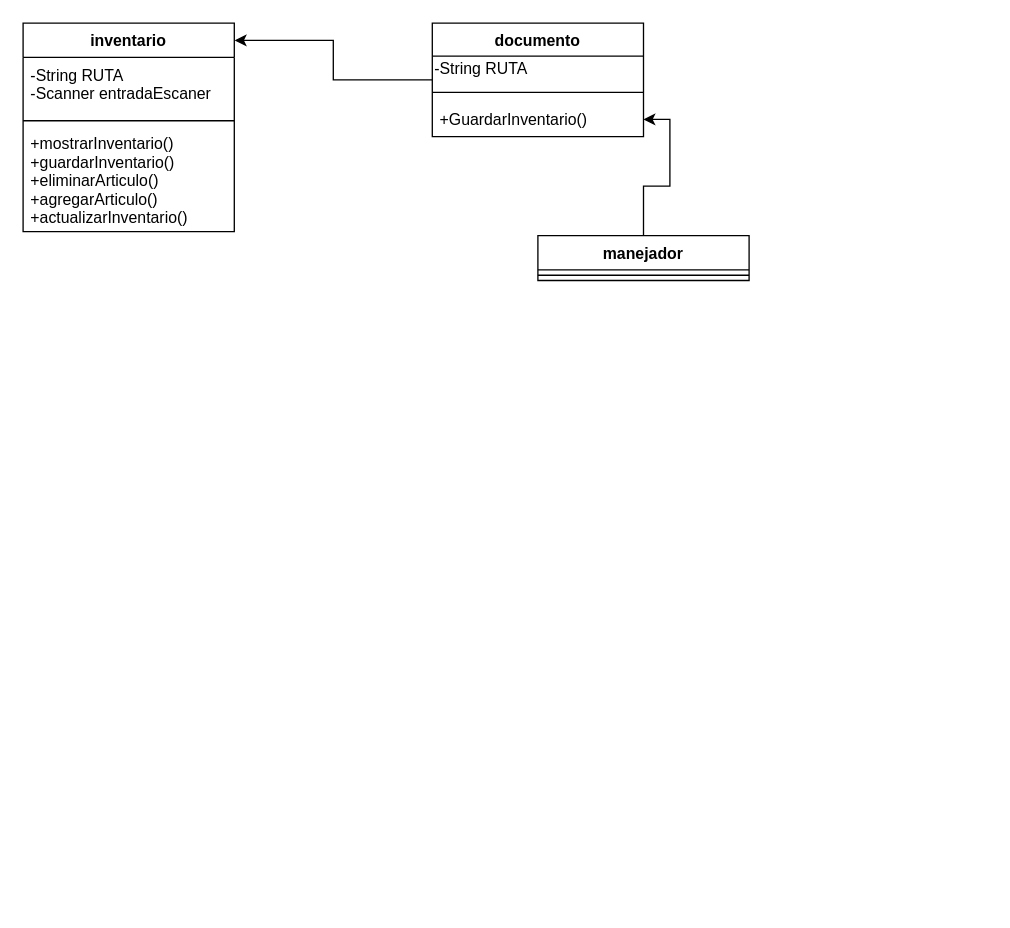
Earlier version of the draw.io diagram Untitled Diagram.drawio (Markitoh/Inventario). Source tidied: cells renumbered, new cells numbered last; positions are measured from the earlier drawing's top-left corner, leaving out a move shared by most shapes. Both pictures are drawn from the tidied source at 132%, with x=0, y=0 at pixel (22, 22).
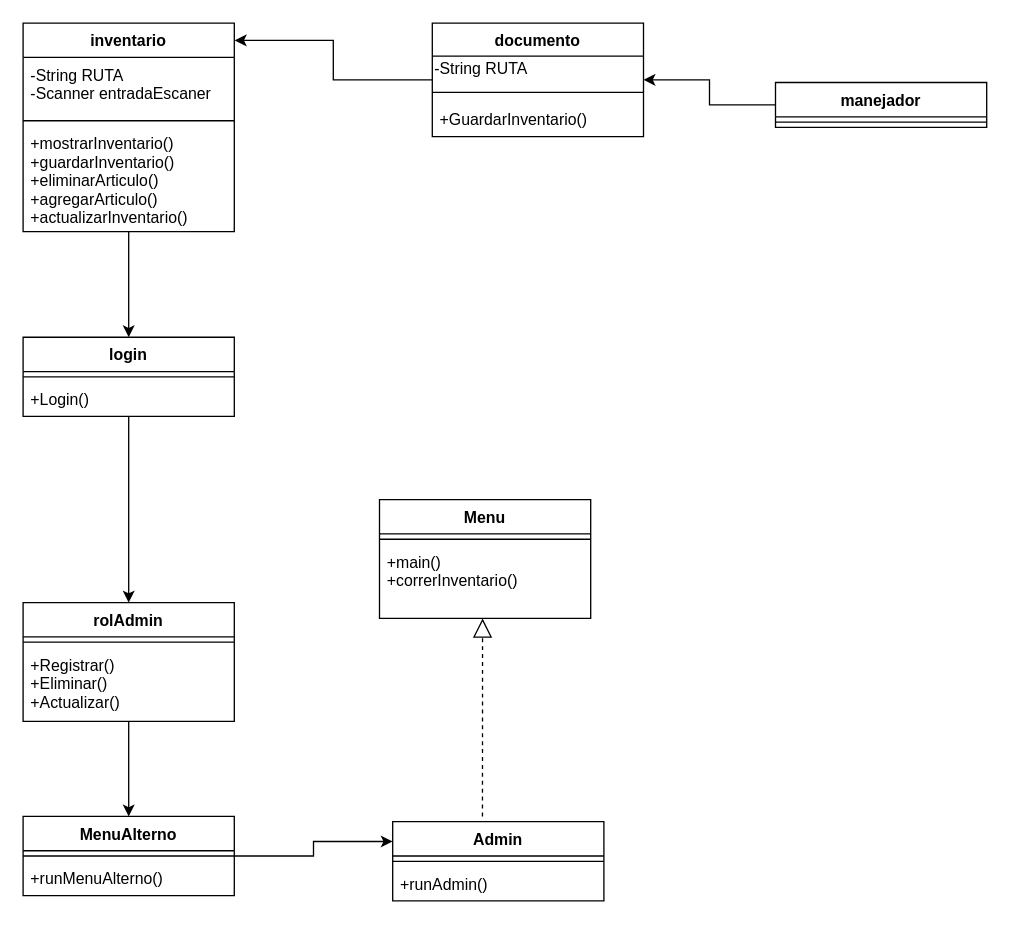
After the change.

Unchanged cells that the change refers to:
```xml
<mxCell id="2" value="inventario" style="swimlane;fontStyle=1;align=center;verticalAlign=top;horizontal=1;startSize=26;" parent="1" vertex="1">
  <mxGeometry width="160" height="158" as="geometry" />
</mxCell>
<mxCell id="7" value="documento" style="swimlane;fontStyle=1;align=center;verticalAlign=top;horizontal=1;startSize=25;" parent="1" vertex="1">
  <mxGeometry x="310" width="160" height="86" as="geometry" />
</mxCell>
<mxCell id="10" value="+GuardarInventario()" style="text;strokeColor=none;fillColor=none;align=left;verticalAlign=top;spacingLeft=4;spacingRight=4;overflow=hidden;points=[[0,0.5],[1,0.5]];portConstraint=eastwest;" parent="7" vertex="1">
  <mxGeometry y="60" width="160" height="26" as="geometry" />
</mxCell>
```

Diff of the diagram source:
```diff
@@
+    <mxCell id="14" style="edgeStyle=orthogonalEdgeStyle;rounded=0;jettySize=auto;html=1;entryX=0.5;entryY=0;entryDx=0;entryDy=0;" parent="1" edge="1" source="2" target="17">
+      <mxGeometry relative="1" as="geometry" />
+    </mxCell>
@@
-    <mxCell id="11" style="edgeStyle=orthogonalEdgeStyle;rounded=0;jettySize=auto;html=1;" parent="1" edge="1" source="12" target="10">
-      <mxGeometry relative="1" as="geometry" />
-    </mxCell>
+    <mxCell id="15" style="edgeStyle=orthogonalEdgeStyle;rounded=0;jettySize=auto;html=1;" parent="1" edge="1" source="12" target="7">
+      <mxGeometry relative="1" as="geometry" />
+    </mxCell>
     <mxCell id="12" value="manejador" style="swimlane;fontStyle=1;align=center;verticalAlign=top;horizontal=1;startSize=26;" parent="1" vertex="1">
-      <mxGeometry x="390" y="161" width="160" height="34" as="geometry" />
+      <mxGeometry x="570" y="45" width="160" height="34" as="geometry" />
     </mxCell>
@@
+    <mxCell id="16" style="edgeStyle=orthogonalEdgeStyle;rounded=0;jettySize=auto;html=1;entryX=0.5;entryY=0;entryDx=0;entryDy=0;" parent="1" edge="1" source="17" target="21">
+      <mxGeometry relative="1" as="geometry" />
+    </mxCell>
+    <mxCell id="17" value="login" style="swimlane;fontStyle=1;align=center;verticalAlign=top;horizontal=1;startSize=26;" parent="1" vertex="1">
+      <mxGeometry y="238" width="160" height="60" as="geometry" />
+    </mxCell>
+    <mxCell id="18" style="line;strokeWidth=1;fillColor=none;align=left;verticalAlign=middle;spacingTop=-1;spacingLeft=3;spacingRight=3;labelPosition=right;" parent="17" vertex="1">
+      <mxGeometry y="26" width="160" height="8" as="geometry" />
+    </mxCell>
+    <mxCell id="19" value="+Login()" style="text;strokeColor=none;fillColor=none;align=left;verticalAlign=top;spacingLeft=4;spacingRight=4;overflow=hidden;" parent="17" vertex="1">
+      <mxGeometry y="34" width="160" height="26" as="geometry" />
+    </mxCell>
+    <mxCell id="20" style="edgeStyle=orthogonalEdgeStyle;rounded=0;jettySize=auto;html=1;entryX=0.5;entryY=0;entryDx=0;entryDy=0;" parent="1" edge="1" source="21" target="25">
+      <mxGeometry relative="1" as="geometry" />
+    </mxCell>
+    <mxCell id="21" value="rolAdmin" style="swimlane;fontStyle=1;align=center;verticalAlign=top;horizontal=1;startSize=26;" parent="1" vertex="1">
+      <mxGeometry y="439" width="160" height="90" as="geometry" />
+    </mxCell>
+    <mxCell id="22" style="line;strokeWidth=1;fillColor=none;align=left;verticalAlign=middle;spacingTop=-1;spacingLeft=3;spacingRight=3;labelPosition=right;" parent="21" vertex="1">
+      <mxGeometry y="26" width="160" height="8" as="geometry" />
+    </mxCell>
+    <mxCell id="23" value="+Registrar()&#10;+Eliminar()&#10;+Actualizar()&#10;" style="text;strokeColor=none;fillColor=none;align=left;verticalAlign=top;spacingLeft=4;spacingRight=4;overflow=hidden;" parent="21" vertex="1">
+      <mxGeometry y="34" width="160" height="56" as="geometry" />
+    </mxCell>
+    <mxCell id="24" style="edgeStyle=orthogonalEdgeStyle;rounded=0;jettySize=auto;html=1;entryX=0;entryY=0.25;entryDx=0;entryDy=0;" parent="1" edge="1" source="25" target="28">
+      <mxGeometry relative="1" as="geometry" />
+    </mxCell>
+    <mxCell id="25" value="MenuAlterno" style="swimlane;fontStyle=1;align=center;verticalAlign=top;horizontal=1;startSize=26;" parent="1" vertex="1">
+      <mxGeometry y="601" width="160" height="60" as="geometry" />
+    </mxCell>
+    <mxCell id="26" style="line;strokeWidth=1;fillColor=none;align=left;verticalAlign=middle;spacingTop=-1;spacingLeft=3;spacingRight=3;labelPosition=right;" parent="25" vertex="1">
+      <mxGeometry y="26" width="160" height="8" as="geometry" />
+    </mxCell>
+    <mxCell id="27" value="+runMenuAlterno()" style="text;strokeColor=none;fillColor=none;align=left;verticalAlign=top;spacingLeft=4;spacingRight=4;overflow=hidden;" parent="25" vertex="1">
+      <mxGeometry y="34" width="160" height="26" as="geometry" />
+    </mxCell>
+    <mxCell id="28" value="Admin" style="swimlane;fontStyle=1;align=center;verticalAlign=top;horizontal=1;startSize=26;" parent="1" vertex="1">
+      <mxGeometry x="280" y="605" width="160" height="60" as="geometry" />
+    </mxCell>
+    <mxCell id="29" style="line;strokeWidth=1;fillColor=none;align=left;verticalAlign=middle;spacingTop=-1;spacingLeft=3;spacingRight=3;labelPosition=right;" parent="28" vertex="1">
+      <mxGeometry y="26" width="160" height="8" as="geometry" />
+    </mxCell>
+    <mxCell id="30" value="+runAdmin()" style="text;strokeColor=none;fillColor=none;align=left;verticalAlign=top;spacingLeft=4;spacingRight=4;overflow=hidden;" parent="28" vertex="1">
+      <mxGeometry y="34" width="160" height="26" as="geometry" />
+    </mxCell>
+    <mxCell id="31" value="Menu" style="swimlane;fontStyle=1;align=center;verticalAlign=top;horizontal=1;startSize=26;" parent="1" vertex="1">
+      <mxGeometry x="270" y="361" width="160" height="90" as="geometry" />
+    </mxCell>
+    <mxCell id="32" style="line;strokeWidth=1;fillColor=none;align=left;verticalAlign=middle;spacingTop=-1;spacingLeft=3;spacingRight=3;labelPosition=right;" parent="31" vertex="1">
+      <mxGeometry y="26" width="160" height="8" as="geometry" />
+    </mxCell>
+    <mxCell id="33" value="+main()&#10;+correrInventario()&#10;" style="text;strokeColor=none;fillColor=none;align=left;verticalAlign=top;spacingLeft=4;spacingRight=4;overflow=hidden;points=[[0,0.5],[1,0.5]];portConstraint=eastwest;" parent="31" vertex="1">
+      <mxGeometry y="34" width="160" height="56" as="geometry" />
+    </mxCell>
+    <mxCell id="34" style="endArrow=block;dashed=1;endFill=0;endSize=12;html=1;entryX=0.488;entryY=1;entryDx=0;entryDy=0;entryPerimeter=0;" parent="1" edge="1" target="33">
+      <mxGeometry relative="1" as="geometry">
+        <mxPoint x="348" y="601" as="sourcePoint" />
+      </mxGeometry>
+    </mxCell>
```
